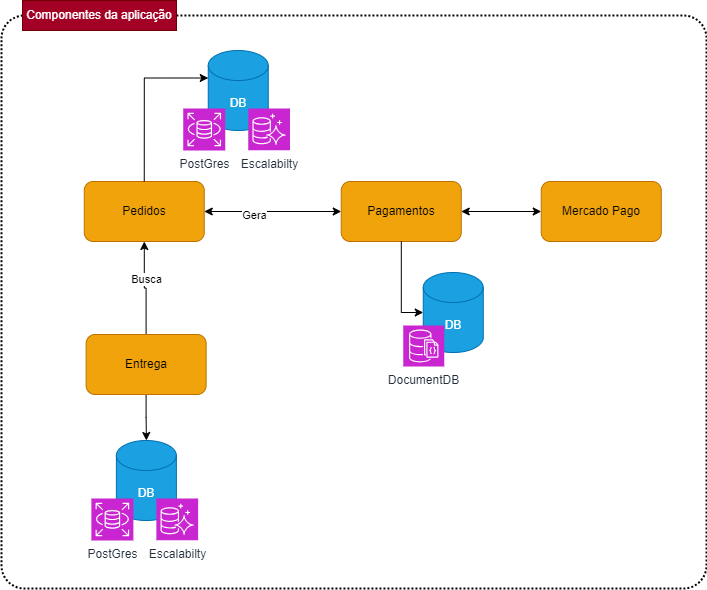
Earlier version of the draw.io export data_engenering_componentes.png (brunoblauzius-fiap/pedido). Source tidied: cells renumbered, new cells last; positions are measured from the earlier drawing's top-left corner, leaving out a move shared by most shapes.
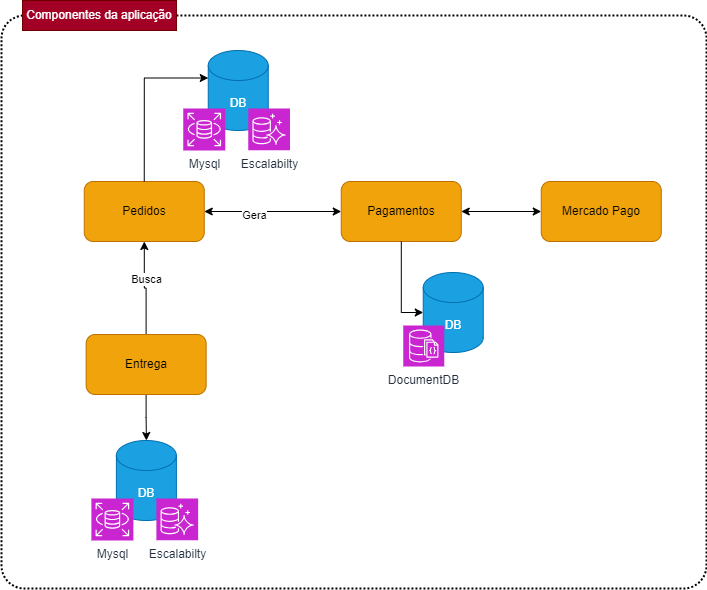
After the change.

Commit message:
adicionado desenhos de novas estruturas

What changed in the source:
```diff
@@ -2,77 +2,77 @@
   <root>
     <mxCell id="0" />
     <mxCell id="1" parent="0" />
-    <mxCell id="2" style="edgeStyle=orthogonalEdgeStyle;rounded=0;jettySize=auto;html=1;startArrow=classic;startFill=1;" parent="1" edge="1" source="4" target="6">
-      <mxGeometry relative="1" as="geometry" />
+    <mxCell id="2" style="rounded=1;arcSize=4;dashed=1;fillColor=none;gradientColor=none;dashPattern=1 1;strokeWidth=2;" parent="1" vertex="1">
+      <mxGeometry y="15" width="705" height="573" as="geometry" />
     </mxCell>
-    <mxCell id="3" value="Gera" style="edgeLabel;html=1;align=center;verticalAlign=middle;" parent="2" vertex="1">
-      <mxGeometry x="-0.27" y="-3" relative="1" as="geometry" />
+    <mxCell id="3" style="edgeStyle=orthogonalEdgeStyle;rounded=0;jettySize=auto;html=1;startArrow=classic;startFill=1;" parent="1" edge="1" source="5" target="7">
+      <mxGeometry relative="1" as="geometry" />
     </mxCell>
-    <mxCell id="4" value="Pedidos" style="rounded=1;whiteSpace=wrap;html=1;fillColor=#f0a30a;fontColor=#000000;strokeColor=#BD7000;" parent="1" vertex="1">
-      <mxGeometry x="82.8" y="181" width="120" height="60" as="geometry" />
+    <mxCell id="4" value="Gera" style="edgeLabel;html=1;align=center;verticalAlign=middle;points=[];" parent="3" vertex="1">
+      <mxGeometry x="-0.27" y="-3" relative="1" as="geometry" />
     </mxCell>
-    <mxCell id="5" style="edgeStyle=orthogonalEdgeStyle;rounded=0;jettySize=auto;html=1;startArrow=classic;startFill=1;" parent="1" edge="1" source="6" target="24">
-      <mxGeometry relative="1" as="geometry" />
+    <mxCell id="5" value="Pedidos" style="rounded=1;whiteSpace=wrap;html=1;fillColor=#f0a30a;fontColor=#000000;strokeColor=#BD7000;" parent="1" vertex="1">
+      <mxGeometry x="82.8" y="181" width="120" height="60" as="geometry" />
     </mxCell>
-    <mxCell id="6" value="Pagamentos" style="rounded=1;whiteSpace=wrap;html=1;fillColor=#f0a30a;fontColor=#000000;strokeColor=#BD7000;" parent="1" vertex="1">
-      <mxGeometry x="339.8" y="181" width="120" height="60" as="geometry" />
+    <mxCell id="6" style="edgeStyle=orthogonalEdgeStyle;rounded=0;jettySize=auto;html=1;startArrow=classic;startFill=1;" parent="1" edge="1" source="7" target="25">
+      <mxGeometry relative="1" as="geometry" />
     </mxCell>
-    <mxCell id="7" style="edgeStyle=orthogonalEdgeStyle;rounded=0;jettySize=auto;html=1;" parent="1" edge="1" source="10" target="20">
-      <mxGeometry relative="1" as="geometry" />
+    <mxCell id="7" value="Pagamentos" style="rounded=1;whiteSpace=wrap;html=1;fillColor=#f0a30a;fontColor=#000000;strokeColor=#BD7000;" parent="1" vertex="1">
+      <mxGeometry x="339.8" y="181" width="120" height="60" as="geometry" />
     </mxCell>
-    <mxCell id="8" style="edgeStyle=orthogonalEdgeStyle;rounded=0;jettySize=auto;html=1;" parent="1" edge="1" source="10" target="4">
+    <mxCell id="8" style="edgeStyle=orthogonalEdgeStyle;rounded=0;jettySize=auto;html=1;" parent="1" edge="1" source="11" target="21">
       <mxGeometry relative="1" as="geometry" />
     </mxCell>
-    <mxCell id="9" value="Busca" style="edgeLabel;html=1;align=center;verticalAlign=middle;" parent="8" vertex="1">
-      <mxGeometry x="0.2" y="-2" relative="1" as="geometry" />
+    <mxCell id="9" style="edgeStyle=orthogonalEdgeStyle;rounded=0;jettySize=auto;html=1;" parent="1" edge="1" source="11" target="5">
+      <mxGeometry relative="1" as="geometry" />
     </mxCell>
-    <mxCell id="10" value="Entrega" style="rounded=1;whiteSpace=wrap;html=1;fillColor=#f0a30a;fontColor=#000000;strokeColor=#BD7000;" parent="1" vertex="1">
-      <mxGeometry x="84.6" y="334" width="120" height="60" as="geometry" />
+    <mxCell id="10" value="Busca" style="edgeLabel;html=1;align=center;verticalAlign=middle;points=[];" parent="9" vertex="1">
+      <mxGeometry x="0.2" y="-2" relative="1" as="geometry" />
     </mxCell>
-    <mxCell id="11" style="group;" parent="1" vertex="1">
-      <mxGeometry x="394.8" y="272" width="87" height="94" as="geometry" />
+    <mxCell id="11" value="Entrega" style="rounded=1;whiteSpace=wrap;html=1;fillColor=#f0a30a;fontColor=#000000;strokeColor=#BD7000;" parent="1" vertex="1">
+      <mxGeometry x="84.6" y="334" width="120" height="60" as="geometry" />
     </mxCell>
-    <mxCell id="12" value="DB" style="shape=cylinder3;whiteSpace=wrap;html=1;boundedLbl=1;backgroundOutline=1;size=15;fillColor=#1ba1e2;fontColor=#ffffff;strokeColor=#006EAF;" parent="11" vertex="1">
-      <mxGeometry x="27" width="60" height="80" as="geometry" />
+    <mxCell id="12" style="group;" parent="1" vertex="1">
+      <mxGeometry x="394.8" y="272" width="87" height="94" as="geometry" />
     </mxCell>
-    <mxCell id="13" value="DocumentDB" style="sketch=0;points=[[0,0,0],[0.25,0,0],[0.5,0,0],[0.75,0,0],[1,0,0],[0,1,0],[0.25,1,0],[0.5,1,0],[0.75,1,0],[1,1,0],[0,0.25,0],[0,0.5,0],[0,0.75,0],[1,0.25,0],[1,0.5,0],[1,0.75,0]];outlineConnect=0;fontColor=#232F3E;fillColor=#C925D1;strokeColor=#ffffff;dashed=0;verticalLabelPosition=bottom;verticalAlign=top;align=center;html=1;fontSize=12;fontStyle=0;shape=mxgraph.aws4.resourceIcon;resIcon=mxgraph.aws4.documentdb_with_mongodb_compatibility;" parent="11" vertex="1">
-      <mxGeometry x="7" y="53" width="41" height="41" as="geometry" />
+    <mxCell id="13" value="DB" style="shape=cylinder3;whiteSpace=wrap;html=1;boundedLbl=1;backgroundOutline=1;size=15;fillColor=#1ba1e2;fontColor=#ffffff;strokeColor=#006EAF;" parent="12" vertex="1">
+      <mxGeometry x="27" width="60" height="80" as="geometry" />
     </mxCell>
-    <mxCell id="14" style="edgeStyle=orthogonalEdgeStyle;rounded=0;jettySize=auto;html=1;entryX=0;entryY=0.5;entryDx=0;entryDy=0;entryPerimeter=0;" parent="1" edge="1" source="6" target="12">
-      <mxGeometry relative="1" as="geometry" />
+    <mxCell id="14" value="DocumentDB" style="sketch=0;fontColor=#232F3E;fillColor=#C925D1;strokeColor=#ffffff;dashed=0;verticalLabelPosition=bottom;verticalAlign=top;align=center;html=1;fontSize=12;fontStyle=0;shape=mxgraph.aws4.resourceIcon;resIcon=mxgraph.aws4.documentdb_with_mongodb_compatibility;" parent="12" vertex="1">
+      <mxGeometry x="7" y="53" width="41" height="41" as="geometry" />
     </mxCell>
-    <mxCell id="15" style="group;" parent="1" vertex="1">
-      <mxGeometry x="168.8" y="50" width="131.8" height="100" as="geometry" />
+    <mxCell id="15" style="edgeStyle=orthogonalEdgeStyle;rounded=0;jettySize=auto;html=1;entryX=0;entryY=0.5;entryDx=0;entryDy=0;entryPerimeter=0;" parent="1" edge="1" source="7" target="13">
+      <mxGeometry relative="1" as="geometry" />
     </mxCell>
-    <mxCell id="16" value="DB" style="shape=cylinder3;whiteSpace=wrap;html=1;boundedLbl=1;backgroundOutline=1;size=15;fillColor=#1ba1e2;fontColor=#ffffff;strokeColor=#006EAF;" parent="15" vertex="1">
-      <mxGeometry x="38" width="60" height="80" as="geometry" />
+    <mxCell id="16" style="group;" parent="1" vertex="1">
+      <mxGeometry x="168.8" y="50" width="131.8" height="100" as="geometry" />
     </mxCell>
-    <mxCell id="17" value="PostGres" style="sketch=0;points=[[0,0,0],[0.25,0,0],[0.5,0,0],[0.75,0,0],[1,0,0],[0,1,0],[0.25,1,0],[0.5,1,0],[0.75,1,0],[1,1,0],[0,0.25,0],[0,0.5,0],[0,0.75,0],[1,0.25,0],[1,0.5,0],[1,0.75,0]];outlineConnect=0;fontColor=#232F3E;fillColor=#C925D1;strokeColor=#ffffff;dashed=0;verticalLabelPosition=bottom;verticalAlign=top;align=center;html=1;fontSize=12;fontStyle=0;shape=mxgraph.aws4.resourceIcon;resIcon=mxgraph.aws4.rds;" parent="15" vertex="1">
-      <mxGeometry x="13" y="58" width="42" height="42" as="geometry" />
+    <mxCell id="17" value="DB" style="shape=cylinder3;whiteSpace=wrap;html=1;boundedLbl=1;backgroundOutline=1;size=15;fillColor=#1ba1e2;fontColor=#ffffff;strokeColor=#006EAF;" parent="16" vertex="1">
+      <mxGeometry x="38" width="60" height="80" as="geometry" />
     </mxCell>
-    <mxCell id="18" value="Escalabilty" style="sketch=0;fontColor=#232F3E;fillColor=#C925D1;strokeColor=#ffffff;dashed=0;verticalLabelPosition=bottom;verticalAlign=top;align=center;html=1;fontSize=12;fontStyle=0;shape=mxgraph.aws4.resourceIcon;resIcon=mxgraph.aws4.aurora;" parent="15" vertex="1">
-      <mxGeometry x="78" y="58" width="41.8" height="41.8" as="geometry" />
+    <mxCell id="18" value="Mysql" style="sketch=0;fontColor=#232F3E;fillColor=#C925D1;strokeColor=#ffffff;dashed=0;verticalLabelPosition=bottom;verticalAlign=top;align=center;html=1;fontSize=12;fontStyle=0;shape=mxgraph.aws4.resourceIcon;resIcon=mxgraph.aws4.rds;" parent="16" vertex="1">
+      <mxGeometry x="13" y="58" width="42" height="42" as="geometry" />
     </mxCell>
-    <mxCell id="19" style="group;" parent="1" vertex="1">
-      <mxGeometry x="76.9" y="440" width="131.8" height="100" as="geometry" />
+    <mxCell id="19" value="Escalabilty" style="sketch=0;fontColor=#232F3E;fillColor=#C925D1;strokeColor=#ffffff;dashed=0;verticalLabelPosition=bottom;verticalAlign=top;align=center;html=1;fontSize=12;fontStyle=0;shape=mxgraph.aws4.resourceIcon;resIcon=mxgraph.aws4.aurora;" parent="16" vertex="1">
+      <mxGeometry x="78" y="58" width="41.8" height="41.8" as="geometry" />
     </mxCell>
-    <mxCell id="20" value="DB" style="shape=cylinder3;whiteSpace=wrap;html=1;boundedLbl=1;backgroundOutline=1;size=15;fillColor=#1ba1e2;fontColor=#ffffff;strokeColor=#006EAF;" parent="19" vertex="1">
-      <mxGeometry x="38" width="60" height="80" as="geometry" />
+    <mxCell id="20" style="group;" parent="1" vertex="1">
+      <mxGeometry x="76.9" y="440" width="131.8" height="100" as="geometry" />
     </mxCell>
-    <mxCell id="21" value="PostGres" style="sketch=0;points=[[0,0,0],[0.25,0,0],[0.5,0,0],[0.75,0,0],[1,0,0],[0,1,0],[0.25,1,0],[0.5,1,0],[0.75,1,0],[1,1,0],[0,0.25,0],[0,0.5,0],[0,0.75,0],[1,0.25,0],[1,0.5,0],[1,0.75,0]];outlineConnect=0;fontColor=#232F3E;fillColor=#C925D1;strokeColor=#ffffff;dashed=0;verticalLabelPosition=bottom;verticalAlign=top;align=center;html=1;fontSize=12;fontStyle=0;shape=mxgraph.aws4.resourceIcon;resIcon=mxgraph.aws4.rds;" parent="19" vertex="1">
-      <mxGeometry x="13" y="58" width="42" height="42" as="geometry" />
+    <mxCell id="21" value="DB" style="shape=cylinder3;whiteSpace=wrap;html=1;boundedLbl=1;backgroundOutline=1;size=15;fillColor=#1ba1e2;fontColor=#ffffff;strokeColor=#006EAF;" parent="20" vertex="1">
+      <mxGeometry x="38" width="60" height="80" as="geometry" />
     </mxCell>
-    <mxCell id="22" value="Escalabilty" style="sketch=0;fontColor=#232F3E;fillColor=#C925D1;strokeColor=#ffffff;dashed=0;verticalLabelPosition=bottom;verticalAlign=top;align=center;html=1;fontSize=12;fontStyle=0;shape=mxgraph.aws4.resourceIcon;resIcon=mxgraph.aws4.aurora;" parent="19" vertex="1">
-      <mxGeometry x="78" y="58" width="41.8" height="41.8" as="geometry" />
+    <mxCell id="22" value="Mysql" style="sketch=0;fontColor=#232F3E;fillColor=#C925D1;strokeColor=#ffffff;dashed=0;verticalLabelPosition=bottom;verticalAlign=top;align=center;html=1;fontSize=12;fontStyle=0;shape=mxgraph.aws4.resourceIcon;resIcon=mxgraph.aws4.rds;" parent="20" vertex="1">
+      <mxGeometry x="13" y="58" width="42" height="42" as="geometry" />
     </mxCell>
-    <mxCell id="23" style="edgeStyle=orthogonalEdgeStyle;rounded=0;jettySize=auto;html=1;entryX=0;entryY=0;entryDx=0;entryDy=27.5;entryPerimeter=0;exitX=0.5;exitY=0;exitDx=0;exitDy=0;" parent="1" edge="1" source="4" target="16">
-      <mxGeometry relative="1" as="geometry" />
+    <mxCell id="23" value="Escalabilty" style="sketch=0;fontColor=#232F3E;fillColor=#C925D1;strokeColor=#ffffff;dashed=0;verticalLabelPosition=bottom;verticalAlign=top;align=center;html=1;fontSize=12;fontStyle=0;shape=mxgraph.aws4.resourceIcon;resIcon=mxgraph.aws4.aurora;" parent="20" vertex="1">
+      <mxGeometry x="78" y="58" width="41.8" height="41.8" as="geometry" />
     </mxCell>
-    <mxCell id="24" value="Mercado Pago" style="rounded=1;whiteSpace=wrap;html=1;fillColor=#f0a30a;fontColor=#000000;strokeColor=#BD7000;" parent="1" vertex="1">
-      <mxGeometry x="539.8" y="181" width="120" height="60" as="geometry" />
+    <mxCell id="24" style="edgeStyle=orthogonalEdgeStyle;rounded=0;jettySize=auto;html=1;entryX=0;entryY=0;entryDx=0;entryDy=27.5;entryPerimeter=0;exitX=0.5;exitY=0;exitDx=0;exitDy=0;" parent="1" edge="1" source="5" target="17">
+      <mxGeometry relative="1" as="geometry" />
     </mxCell>
-    <mxCell id="25" style="rounded=1;arcSize=4;dashed=1;fillColor=none;gradientColor=none;dashPattern=1 1;strokeWidth=2;" parent="1" vertex="1">
-      <mxGeometry y="15" width="705" height="573" as="geometry" />
+    <mxCell id="25" value="Mercado Pago" style="rounded=1;whiteSpace=wrap;html=1;fillColor=#f0a30a;fontColor=#000000;strokeColor=#BD7000;" parent="1" vertex="1">
+      <mxGeometry x="539.8" y="181" width="120" height="60" as="geometry" />
     </mxCell>
     <mxCell id="26" value="Componentes da aplicação" style="text;html=1;align=center;verticalAlign=middle;whiteSpace=wrap;rounded=0;fillColor=#a20025;strokeColor=#6F0000;fontColor=#ffffff;" parent="1" vertex="1">
       <mxGeometry x="21" width="154" height="30" as="geometry" />
```
